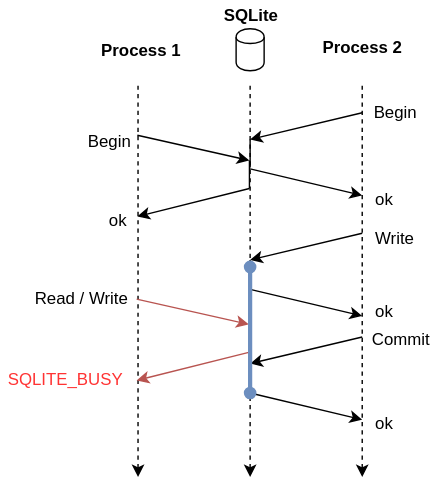
Earlier version of the draw.io export public/images/rollback.svg (activesphere/activesphere.github.io). Source tidied: cells renumbered, new cells last; positions are measured from the earlier drawing's top-left corner, leaving out a move shared by most shapes.
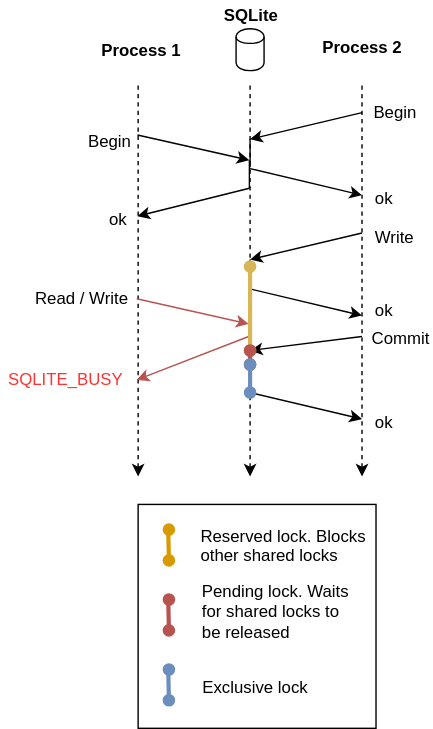
The same file after the commit.

Change to the diagram source:
```diff
@@ -70,7 +70,7 @@
     </mxCell>
     <mxCell id="15" style="endArrow=none;html=1;startArrow=classic;startFill=1;endFill=0;" parent="1" edge="1">
       <mxGeometry relative="1" as="geometry">
-        <mxPoint x="178" y="259" as="sourcePoint" />
+        <mxPoint x="178" y="250" as="sourcePoint" />
         <mxPoint x="258" y="240" as="targetPoint" />
       </mxGeometry>
     </mxCell>
@@ -134,7 +134,7 @@
     <mxCell id="29" style="endArrow=none;html=1;endFill=0;startArrow=classic;startFill=1;fillColor=#f8cecc;strokeColor=#b85450;" parent="1" edge="1">
       <mxGeometry relative="1" as="geometry">
         <mxPoint x="97" y="271" as="sourcePoint" />
-        <mxPoint x="177" y="251" as="targetPoint" />
+        <mxPoint x="177" y="240" as="targetPoint" />
       </mxGeometry>
     </mxCell>
     <mxCell id="30" style="endArrow=none;html=1;" parent="1" edge="1">
@@ -152,11 +152,53 @@
     <mxCell id="33" value="SQLITE_BUSY&lt;br&gt;" style="text;html=1;strokeColor=none;fillColor=none;align=center;verticalAlign=middle;whiteSpace=wrap;rounded=0;fontColor=#FF3333;" parent="1" vertex="1">
       <mxGeometry y="260" width="93" height="20" as="geometry" />
     </mxCell>
-    <mxCell id="34" style="endArrow=oval;html=1;fillColor=#dae8fc;strokeColor=#6c8ebf;strokeWidth=3;startArrow=oval;startFill=1;endFill=1;" parent="1" edge="1">
-      <mxGeometry relative="1" as="geometry">
-        <mxPoint x="178" y="280" as="sourcePoint" />
-        <mxPoint x="178" y="190" as="targetPoint" />
-      </mxGeometry>
+    <mxCell id="34" style="rounded=0;whiteSpace=wrap;html=1;" parent="1" vertex="1">
+      <mxGeometry x="98" y="360" width="170" height="160" as="geometry" />
     </mxCell>
+    <mxCell id="35" style="endArrow=oval;html=1;entryX=1;entryY=0.5;strokeWidth=3;fillColor=#dae8fc;strokeColor=#6c8ebf;startArrow=oval;startFill=1;endFill=1;" parent="1" edge="1">
+      <mxGeometry relative="1" as="geometry">
+        <mxPoint x="120" y="500" as="sourcePoint" />
+        <mxPoint x="119.5" y="478" as="targetPoint" />
+      </mxGeometry>
+    </mxCell>
+    <mxCell id="36" value="Exclusive lock" style="text;html=1;strokeColor=none;fillColor=none;align=center;verticalAlign=middle;whiteSpace=wrap;rounded=0;" parent="1" vertex="1">
+      <mxGeometry x="137" y="480" width="90" height="20" as="geometry" />
+    </mxCell>
+    <mxCell id="37" style="endArrow=oval;html=1;entryX=1;entryY=0.5;strokeWidth=3;fillColor=#f8cecc;strokeColor=#b85450;startArrow=oval;startFill=1;endFill=1;" parent="1" edge="1">
+      <mxGeometry relative="1" as="geometry">
+        <mxPoint x="120" y="450" as="sourcePoint" />
+        <mxPoint x="119.5" y="428" as="targetPoint" />
+      </mxGeometry>
+    </mxCell>
+    <mxCell id="38" value="Pending lock. Waits for shared locks to be released" style="text;html=1;strokeColor=none;fillColor=none;align=left;verticalAlign=middle;whiteSpace=wrap;rounded=0;" parent="1" vertex="1">
+      <mxGeometry x="142" y="411" width="116" height="49" as="geometry" />
+    </mxCell>
+    <mxCell id="39" style="endArrow=oval;html=1;entryX=1;entryY=0.5;strokeWidth=3;fillColor=#ffe6cc;strokeColor=#d79b00;startArrow=oval;startFill=1;endFill=1;" parent="1" edge="1">
+      <mxGeometry relative="1" as="geometry">
+        <mxPoint x="120" y="400" as="sourcePoint" />
+        <mxPoint x="119.5" y="378" as="targetPoint" />
+      </mxGeometry>
+    </mxCell>
+    <mxCell id="40" value="&lt;div style=&quot;text-align: left&quot;&gt;&lt;span&gt;Reserved lock. Blocks other shared locks&lt;/span&gt;&lt;/div&gt;" style="text;html=1;strokeColor=none;fillColor=none;align=center;verticalAlign=middle;whiteSpace=wrap;rounded=0;" parent="1" vertex="1">
+      <mxGeometry x="142" y="374" width="130" height="30" as="geometry" />
+    </mxCell>
+    <mxCell id="41" style="endArrow=oval;html=1;fillColor=#fff2cc;strokeColor=#d6b656;strokeWidth=3;startArrow=oval;startFill=1;endFill=1;" parent="1" edge="1">
+      <mxGeometry relative="1" as="geometry">
+        <mxPoint x="178" y="250" as="sourcePoint" />
+        <mxPoint x="178" y="190" as="targetPoint" />
+      </mxGeometry>
+    </mxCell>
+    <mxCell id="42" style="endArrow=oval;html=1;fillColor=#f8cecc;strokeColor=#b85450;strokeWidth=3;startArrow=oval;startFill=1;endFill=1;" parent="1" edge="1">
+      <mxGeometry relative="1" as="geometry">
+        <mxPoint x="178" y="260" as="sourcePoint" />
+        <mxPoint x="178" y="250" as="targetPoint" />
+      </mxGeometry>
+    </mxCell>
+    <mxCell id="43" style="endArrow=oval;html=1;fillColor=#dae8fc;strokeColor=#6c8ebf;strokeWidth=3;startArrow=oval;startFill=1;endFill=1;" parent="1" edge="1">
+      <mxGeometry relative="1" as="geometry">
+        <mxPoint x="178" y="280" as="sourcePoint" />
+        <mxPoint x="178" y="260" as="targetPoint" />
+      </mxGeometry>
+    </mxCell>
   </root>
 </mxGraphModel>
```
